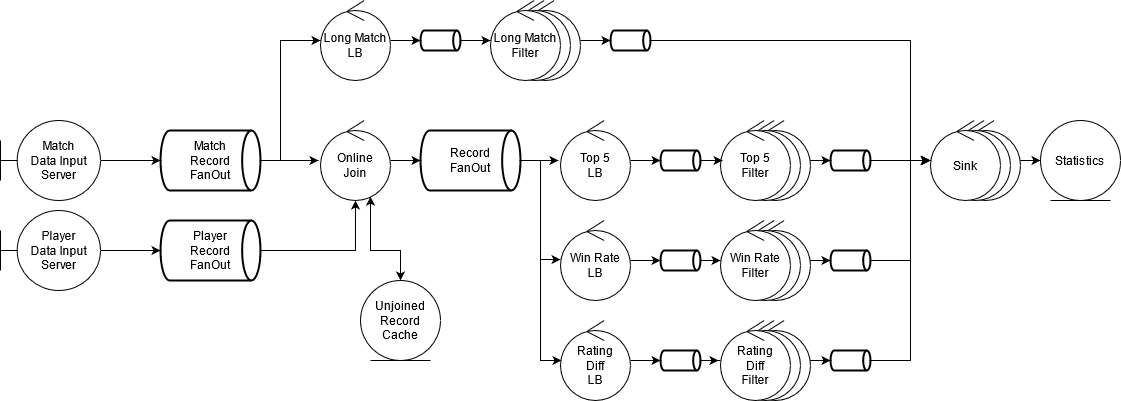
Before: docs/robustness.png, a diagram exported from draw.io (abarreal/distros-tp2). Source tidied: cells renumbered, new cells last; positions are measured from the earlier drawing's top-left corner, leaving out a move shared by most shapes.
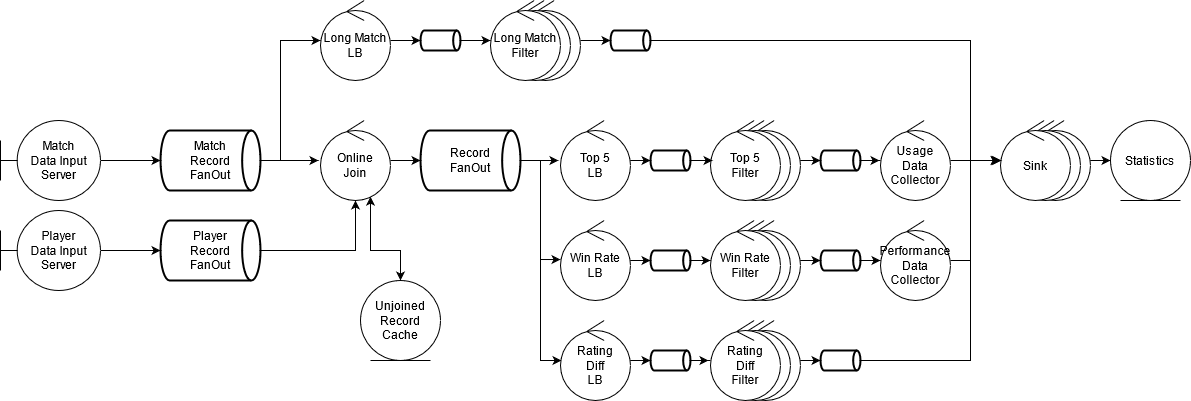
After the change.

Change to the diagram source:
```diff
@@ -6,37 +6,37 @@
       <mxGeometry relative="1" as="geometry" />
     </mxCell>
     <mxCell id="3" value="&lt;div&gt;&lt;br&gt;&lt;/div&gt;" style="ellipse;shape=umlControl;whiteSpace=wrap;html=1;" parent="1" vertex="1">
-      <mxGeometry x="950" y="120" width="70" height="80" as="geometry" />
+      <mxGeometry x="1020" y="120" width="70" height="80" as="geometry" />
     </mxCell>
     <mxCell id="4" value="&lt;div&gt;&lt;br&gt;&lt;/div&gt;" style="ellipse;shape=umlControl;whiteSpace=wrap;html=1;" parent="1" vertex="1">
-      <mxGeometry x="940" y="120" width="70" height="80" as="geometry" />
+      <mxGeometry x="1010" y="120" width="70" height="80" as="geometry" />
     </mxCell>
     <mxCell id="5" style="edgeStyle=orthogonalEdgeStyle;rounded=0;jettySize=auto;html=1;entryX=0;entryY=0.5;entryDx=0;entryDy=0;entryPerimeter=0;" parent="1" edge="1" source="6" target="54">
       <mxGeometry relative="1" as="geometry" />
     </mxCell>
     <mxCell id="6" style="ellipse;shape=umlControl;whiteSpace=wrap;html=1;" parent="1" vertex="1">
-      <mxGeometry x="740" y="320" width="70" height="80" as="geometry" />
+      <mxGeometry x="730" y="320" width="70" height="80" as="geometry" />
     </mxCell>
     <mxCell id="7" style="ellipse;shape=umlControl;whiteSpace=wrap;html=1;" parent="1" vertex="1">
-      <mxGeometry x="730" y="320" width="70" height="80" as="geometry" />
+      <mxGeometry x="720" y="320" width="70" height="80" as="geometry" />
     </mxCell>
     <mxCell id="8" style="edgeStyle=orthogonalEdgeStyle;rounded=0;jettySize=auto;html=1;entryX=0;entryY=0.5;entryDx=0;entryDy=0;entryPerimeter=0;fontSize=14;" parent="1" edge="1" source="9" target="56">
       <mxGeometry relative="1" as="geometry" />
     </mxCell>
     <mxCell id="9" style="ellipse;shape=umlControl;whiteSpace=wrap;html=1;" parent="1" vertex="1">
-      <mxGeometry x="740" y="220" width="70" height="80" as="geometry" />
+      <mxGeometry x="730" y="220" width="70" height="80" as="geometry" />
     </mxCell>
     <mxCell id="10" style="ellipse;shape=umlControl;whiteSpace=wrap;html=1;" parent="1" vertex="1">
-      <mxGeometry x="730" y="220" width="70" height="80" as="geometry" />
+      <mxGeometry x="720" y="220" width="70" height="80" as="geometry" />
     </mxCell>
     <mxCell id="11" style="edgeStyle=orthogonalEdgeStyle;rounded=0;jettySize=auto;html=1;entryX=0;entryY=0.5;entryDx=0;entryDy=0;entryPerimeter=0;fontSize=14;" parent="1" edge="1" source="12" target="58">
       <mxGeometry relative="1" as="geometry" />
     </mxCell>
     <mxCell id="12" style="ellipse;shape=umlControl;whiteSpace=wrap;html=1;" parent="1" vertex="1">
-      <mxGeometry x="740" y="120" width="70" height="80" as="geometry" />
+      <mxGeometry x="730" y="120" width="70" height="80" as="geometry" />
     </mxCell>
     <mxCell id="13" style="ellipse;shape=umlControl;whiteSpace=wrap;html=1;" parent="1" vertex="1">
-      <mxGeometry x="730" y="120" width="70" height="80" as="geometry" />
+      <mxGeometry x="720" y="120" width="70" height="80" as="geometry" />
     </mxCell>
     <mxCell id="14" style="edgeStyle=orthogonalEdgeStyle;rounded=0;jettySize=auto;html=1;entryX=0;entryY=0.5;entryDx=0;entryDy=0;entryPerimeter=0;" parent="1" edge="1" source="15" target="39">
       <mxGeometry relative="1" as="geometry" />
@@ -106,10 +106,10 @@
       <mxGeometry x="420" y="130" width="100" height="60" as="geometry" />
     </mxCell>
     <mxCell id="33" value="&lt;div&gt;Win Rate&lt;/div&gt;&lt;div&gt;Filter&lt;br&gt;&lt;/div&gt;" style="ellipse;shape=umlControl;whiteSpace=wrap;html=1;" parent="1" vertex="1">
-      <mxGeometry x="720" y="220" width="70" height="80" as="geometry" />
+      <mxGeometry x="710" y="220" width="70" height="80" as="geometry" />
     </mxCell>
     <mxCell id="34" value="&lt;div&gt;Top 5&lt;/div&gt;&lt;div&gt;Filter&lt;br&gt;&lt;/div&gt;" style="ellipse;shape=umlControl;whiteSpace=wrap;html=1;" parent="1" vertex="1">
-      <mxGeometry x="720" y="120" width="70" height="80" as="geometry" />
+      <mxGeometry x="710" y="120" width="70" height="80" as="geometry" />
     </mxCell>
     <mxCell id="35" value="&lt;div&gt;Long Match&lt;/div&gt;&lt;div&gt;Filter&lt;br&gt;&lt;/div&gt;" style="ellipse;shape=umlControl;whiteSpace=wrap;html=1;" parent="1" vertex="1">
       <mxGeometry x="490" width="70" height="80" as="geometry" />
@@ -120,11 +120,11 @@
     <mxCell id="37" value="&lt;div&gt;&lt;br&gt; &lt;/div&gt;" style="strokeWidth=2;html=1;shape=mxgraph.flowchart.direct_data;whiteSpace=wrap;" parent="1" vertex="1">
       <mxGeometry x="420" y="30" width="40" height="20" as="geometry" />
     </mxCell>
-    <mxCell id="38" style="edgeStyle=orthogonalEdgeStyle;rounded=0;jettySize=auto;html=1;entryX=-0.014;entryY=0.5;entryDx=0;entryDy=0;entryPerimeter=0;fontSize=14;" parent="1" edge="1" source="39" target="59">
+    <mxCell id="38" style="edgeStyle=orthogonalEdgeStyle;rounded=0;jettySize=auto;html=1;entryX=-0.014;entryY=0.5;entryDx=0;entryDy=0;entryPerimeter=0;" parent="1" edge="1" source="39" target="59">
       <mxGeometry relative="1" as="geometry">
         <Array as="points">
-          <mxPoint x="910" y="40" />
-          <mxPoint x="910" y="160" />
+          <mxPoint x="970" y="40" />
+          <mxPoint x="970" y="160" />
         </Array>
       </mxGeometry>
     </mxCell>
@@ -153,59 +153,54 @@
       <mxGeometry relative="1" as="geometry" />
     </mxCell>
     <mxCell id="47" value="&lt;div&gt;&lt;br&gt; &lt;/div&gt;" style="strokeWidth=2;html=1;shape=mxgraph.flowchart.direct_data;whiteSpace=wrap;" parent="1" vertex="1">
-      <mxGeometry x="660" y="150" width="40" height="20" as="geometry" />
+      <mxGeometry x="650" y="150" width="40" height="20" as="geometry" />
     </mxCell>
     <mxCell id="48" style="edgeStyle=orthogonalEdgeStyle;rounded=0;jettySize=auto;html=1;" parent="1" edge="1" source="49" target="33">
       <mxGeometry relative="1" as="geometry" />
     </mxCell>
     <mxCell id="49" value="&lt;div&gt;&lt;br&gt; &lt;/div&gt;" style="strokeWidth=2;html=1;shape=mxgraph.flowchart.direct_data;whiteSpace=wrap;" parent="1" vertex="1">
-      <mxGeometry x="660" y="250" width="40" height="20" as="geometry" />
+      <mxGeometry x="650" y="250" width="40" height="20" as="geometry" />
     </mxCell>
     <mxCell id="50" style="edgeStyle=orthogonalEdgeStyle;rounded=0;jettySize=auto;html=1;entryX=-0.029;entryY=0.5;entryDx=0;entryDy=0;entryPerimeter=0;" parent="1" edge="1" source="51" target="52">
       <mxGeometry relative="1" as="geometry" />
     </mxCell>
     <mxCell id="51" value="&lt;div&gt;&lt;br&gt; &lt;/div&gt;" style="strokeWidth=2;html=1;shape=mxgraph.flowchart.direct_data;whiteSpace=wrap;" parent="1" vertex="1">
-      <mxGeometry x="660" y="350" width="40" height="20" as="geometry" />
+      <mxGeometry x="650" y="350" width="40" height="20" as="geometry" />
     </mxCell>
     <mxCell id="52" value="&lt;div&gt;Rating&lt;/div&gt;&lt;div&gt;Diff&lt;/div&gt;&lt;div&gt;Filter&lt;br&gt;&lt;/div&gt;" style="ellipse;shape=umlControl;whiteSpace=wrap;html=1;" parent="1" vertex="1">
-      <mxGeometry x="720" y="320" width="70" height="80" as="geometry" />
+      <mxGeometry x="710" y="320" width="70" height="80" as="geometry" />
     </mxCell>
-    <mxCell id="53" style="edgeStyle=orthogonalEdgeStyle;rounded=0;jettySize=auto;html=1;entryX=0;entryY=0.5;entryDx=0;entryDy=0;entryPerimeter=0;fontSize=14;" parent="1" edge="1" source="54" target="59">
+    <mxCell id="53" style="edgeStyle=orthogonalEdgeStyle;rounded=0;jettySize=auto;html=1;entryX=0;entryY=0.5;entryDx=0;entryDy=0;entryPerimeter=0;" parent="1" edge="1" source="54" target="59">
       <mxGeometry relative="1" as="geometry">
         <Array as="points">
-          <mxPoint x="910" y="360" />
-          <mxPoint x="910" y="160" />
+          <mxPoint x="970" y="360" />
+          <mxPoint x="970" y="160" />
         </Array>
       </mxGeometry>
     </mxCell>
     <mxCell id="54" value="&lt;div&gt;&lt;br&gt; &lt;/div&gt;" style="strokeWidth=2;html=1;shape=mxgraph.flowchart.direct_data;whiteSpace=wrap;" parent="1" vertex="1">
-      <mxGeometry x="830" y="350" width="40" height="20" as="geometry" />
+      <mxGeometry x="820" y="350" width="40" height="20" as="geometry" />
     </mxCell>
-    <mxCell id="55" style="edgeStyle=orthogonalEdgeStyle;rounded=0;jettySize=auto;html=1;entryX=0;entryY=0.5;entryDx=0;entryDy=0;entryPerimeter=0;fontSize=14;" parent="1" edge="1" source="56" target="59">
-      <mxGeometry relative="1" as="geometry">
-        <Array as="points">
-          <mxPoint x="910" y="260" />
-          <mxPoint x="910" y="160" />
-        </Array>
-      </mxGeometry>
-    </mxCell>
+    <mxCell id="64" style="edgeStyle=orthogonalEdgeStyle;rounded=0;jettySize=auto;html=1;entryX=0;entryY=0.5;entryDx=0;entryDy=0;entryPerimeter=0;" parent="1" edge="1" source="56" target="69">
+      <mxGeometry relative="1" as="geometry" />
+    </mxCell>
     <mxCell id="56" value="&lt;div&gt;&lt;br&gt; &lt;/div&gt;" style="strokeWidth=2;html=1;shape=mxgraph.flowchart.direct_data;whiteSpace=wrap;" parent="1" vertex="1">
-      <mxGeometry x="830" y="250" width="40" height="20" as="geometry" />
+      <mxGeometry x="820" y="250" width="40" height="20" as="geometry" />
     </mxCell>
-    <mxCell id="57" style="edgeStyle=orthogonalEdgeStyle;rounded=0;jettySize=auto;html=1;fontSize=14;" parent="1" edge="1" source="58" target="59">
-      <mxGeometry relative="1" as="geometry" />
-    </mxCell>
+    <mxCell id="65" style="edgeStyle=orthogonalEdgeStyle;rounded=0;jettySize=auto;html=1;entryX=-0.014;entryY=0.5;entryDx=0;entryDy=0;entryPerimeter=0;" parent="1" edge="1" source="58" target="67">
+      <mxGeometry relative="1" as="geometry" />
+    </mxCell>
     <mxCell id="58" value="&lt;div&gt;&lt;br&gt; &lt;/div&gt;" style="strokeWidth=2;html=1;shape=mxgraph.flowchart.direct_data;whiteSpace=wrap;" parent="1" vertex="1">
-      <mxGeometry x="830" y="150" width="40" height="20" as="geometry" />
+      <mxGeometry x="820" y="150" width="40" height="20" as="geometry" />
     </mxCell>
     <mxCell id="59" value="Sink" style="ellipse;shape=umlControl;whiteSpace=wrap;html=1;" parent="1" vertex="1">
-      <mxGeometry x="930" y="120" width="70" height="80" as="geometry" />
+      <mxGeometry x="1000" y="120" width="70" height="80" as="geometry" />
     </mxCell>
     <mxCell id="60" value="&lt;div&gt;Unjoined&lt;/div&gt;&lt;div&gt;Record&lt;/div&gt;&lt;div&gt;Cache&lt;br&gt;&lt;/div&gt;" style="ellipse;shape=umlEntity;whiteSpace=wrap;html=1;fontSize=12;" parent="1" vertex="1">
       <mxGeometry x="360" y="280" width="80" height="80" as="geometry" />
     </mxCell>
     <mxCell id="61" value="Statistics" style="ellipse;shape=umlEntity;whiteSpace=wrap;html=1;fontSize=12;" parent="1" vertex="1">
-      <mxGeometry x="1040" y="120" width="80" height="80" as="geometry" />
+      <mxGeometry x="1110" y="120" width="80" height="80" as="geometry" />
     </mxCell>
     <mxCell id="62" style="edgeStyle=orthogonalEdgeStyle;rounded=0;jettySize=auto;html=1;entryX=0;entryY=0.5;entryDx=0;entryDy=0;entryPerimeter=0;fontSize=12;startArrow=none;startFill=0;" parent="1" edge="1" source="63" target="22">
       <mxGeometry relative="1" as="geometry" />
@@ -213,5 +208,22 @@
     <mxCell id="63" value="&lt;div&gt;Player&lt;/div&gt;&lt;div&gt;Data Input&lt;/div&gt;&lt;div&gt;Server&lt;br&gt;&lt;/div&gt;" style="shape=umlBoundary;whiteSpace=wrap;html=1;" parent="1" vertex="1">
       <mxGeometry y="210" width="100" height="80" as="geometry" />
     </mxCell>
+    <mxCell id="66" style="edgeStyle=orthogonalEdgeStyle;rounded=0;jettySize=auto;html=1;entryX=0;entryY=0.5;entryDx=0;entryDy=0;entryPerimeter=0;" parent="1" edge="1" source="67" target="59">
+      <mxGeometry relative="1" as="geometry" />
+    </mxCell>
+    <mxCell id="67" value="&lt;div&gt;Usage&lt;/div&gt;&lt;div&gt;Data&lt;/div&gt;&lt;div&gt;Collector&lt;br&gt;&lt;/div&gt;" style="ellipse;shape=umlControl;whiteSpace=wrap;html=1;" parent="1" vertex="1">
+      <mxGeometry x="880" y="120" width="70" height="80" as="geometry" />
+    </mxCell>
+    <mxCell id="68" style="edgeStyle=orthogonalEdgeStyle;rounded=0;jettySize=auto;html=1;entryX=0.014;entryY=0.5;entryDx=0;entryDy=0;entryPerimeter=0;" parent="1" edge="1" source="69" target="59">
+      <mxGeometry relative="1" as="geometry">
+        <Array as="points">
+          <mxPoint x="970" y="260" />
+          <mxPoint x="970" y="160" />
+        </Array>
+      </mxGeometry>
+    </mxCell>
+    <mxCell id="69" value="&lt;div&gt;Performance&lt;/div&gt;&lt;div&gt;Data&lt;/div&gt;&lt;div&gt;Collector&lt;br&gt;&lt;/div&gt;" style="ellipse;shape=umlControl;whiteSpace=wrap;html=1;" parent="1" vertex="1">
+      <mxGeometry x="880" y="220" width="70" height="80" as="geometry" />
+    </mxCell>
   </root>
 </mxGraphModel>
```
